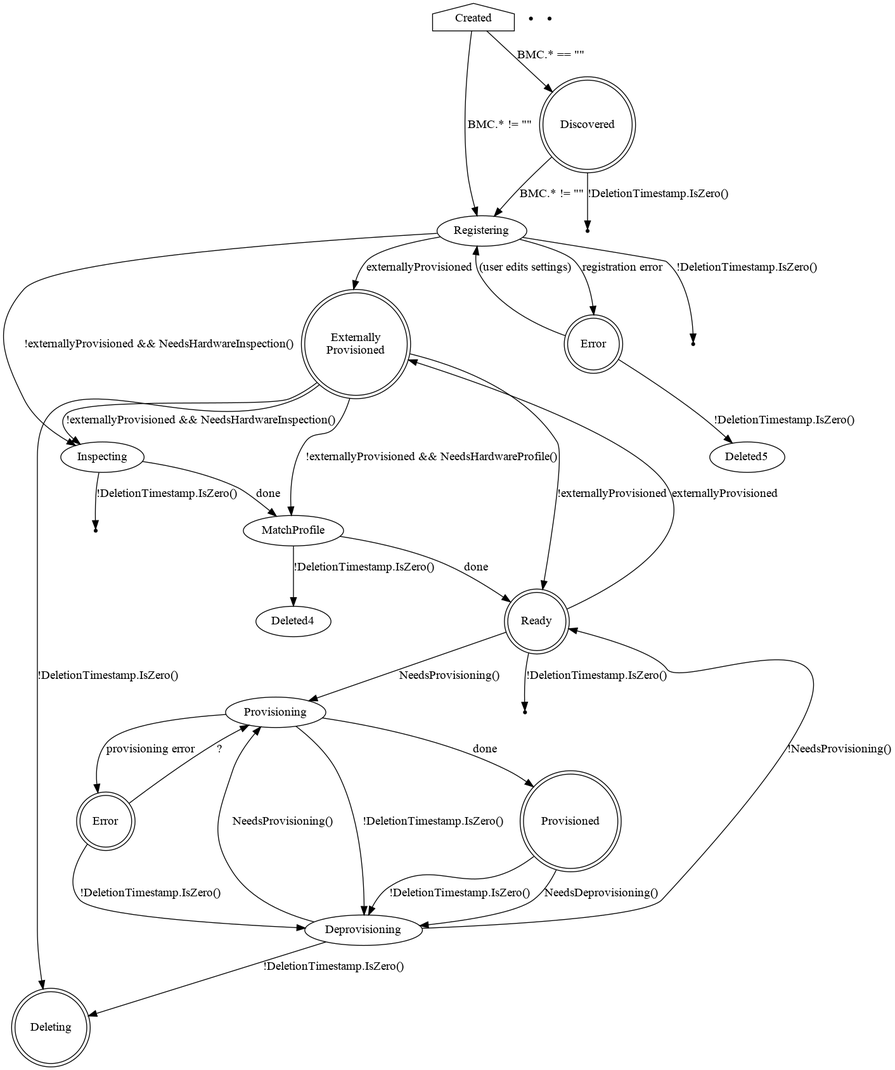
metal3-io/baremetal-operator keeps this Graphviz diagram as docs/BaremetalHost_ProvisioningState.png. Above is the earlier version. Its source is kept beside it as docs/BaremetalHost_ProvisioningState.dot.
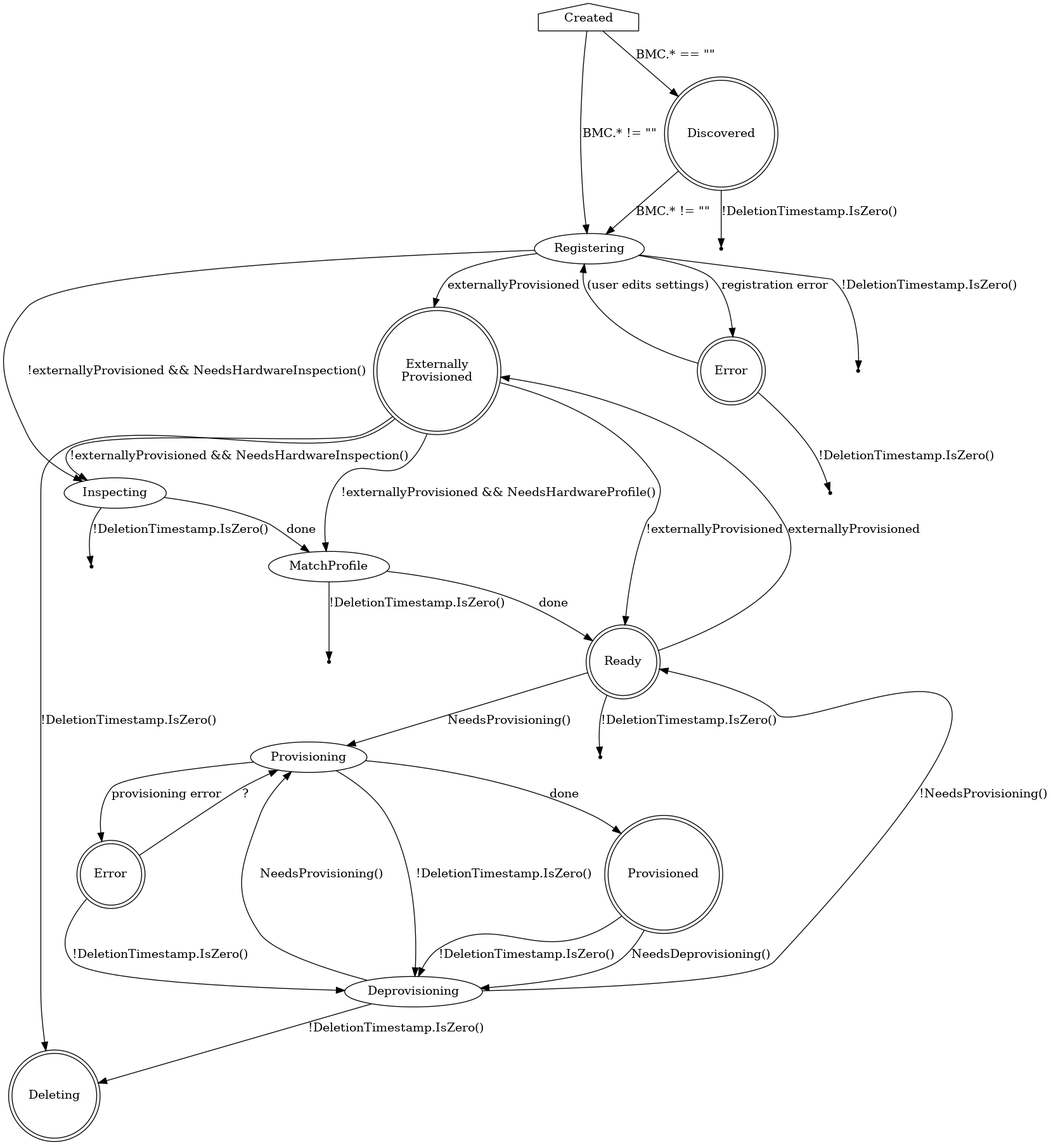
Above is the later version.

Commit message:
fix typos in state diagram

Rename 2 states that were "deleted" instead of "deleting".

Change to the diagram source:
```diff
@@ -29,13 +29,13 @@
     Deleting3 [shape=point]
 
     MatchProfile -> Ready [label="done"]
-    MatchProfile -> Deleted4 [label="!DeletionTimestamp.IsZero()"]
+    MatchProfile -> Deleting4 [label="!DeletionTimestamp.IsZero()"]
 
     Deleting4 [shape=point]
 
     RegistrationError [shape=doublecircle label="Error"]
     RegistrationError -> Registering [label="(user edits settings)"]
-    RegistrationError -> Deleted5 [label="!DeletionTimestamp.IsZero()"]
+    RegistrationError -> Deleting5 [label="!DeletionTimestamp.IsZero()"]
 
     Deleting5 [shape=point]
 
```
